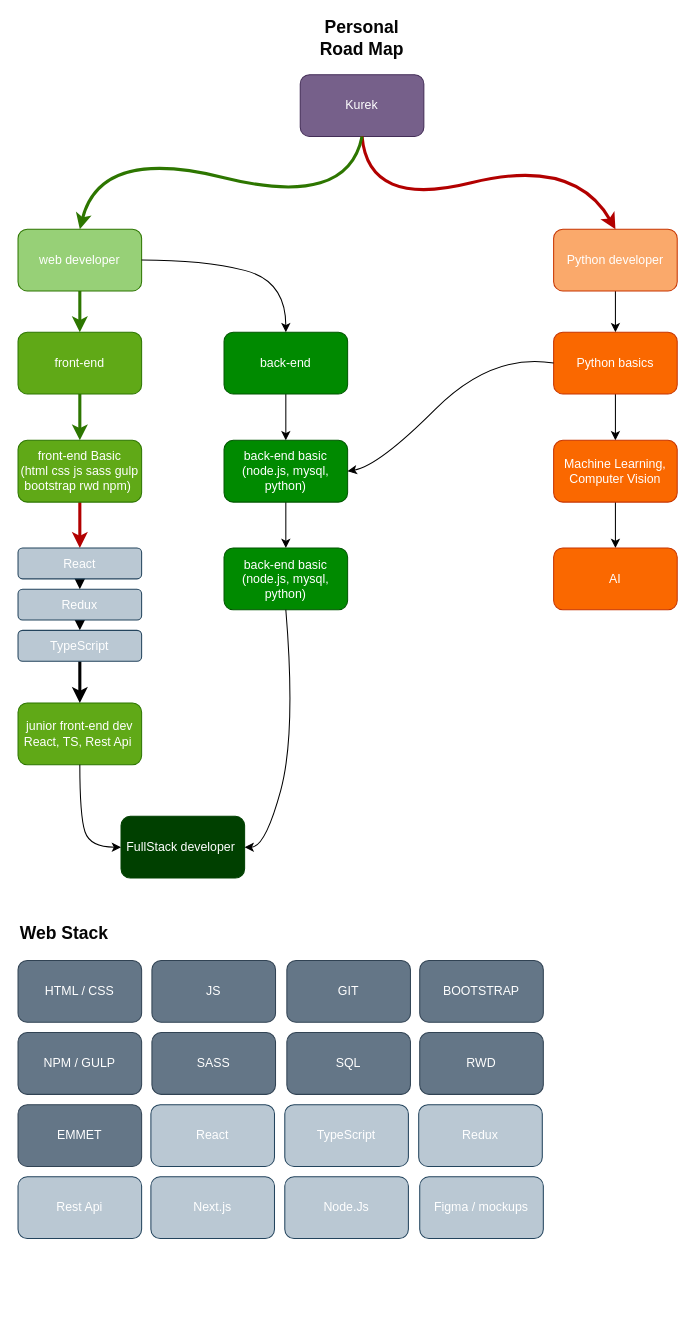
TheKureq/TheKureq keeps this draw.io diagram as Diagram bez tytułu.drawio. Above is the earlier version. Source tidied: cells renumbered, new cells numbered last; positions are measured from the earlier drawing's top-left corner, leaving out a move shared by most shapes. Both pictures are drawn from the tidied source at 103%, with x=0, y=0 at pixel (18, 23).
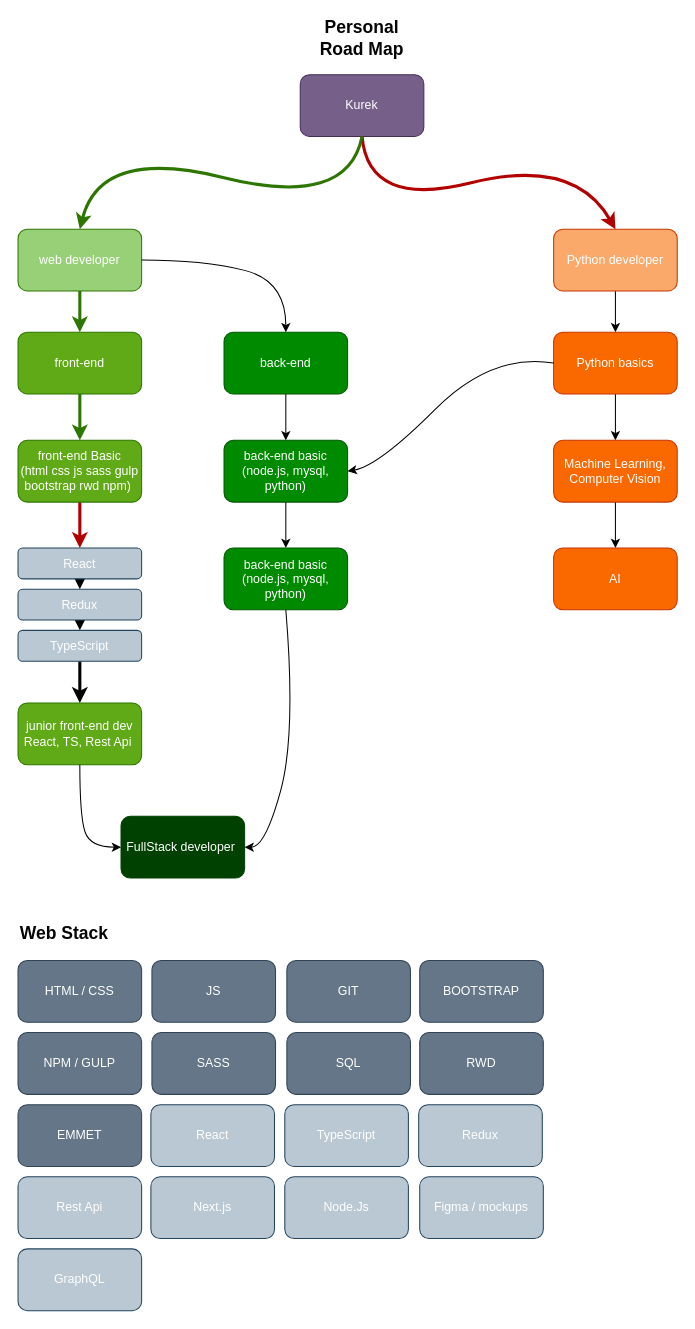
Above is the later version.

The edit, as a diff of the source:
```diff
@@
+    <mxCell id="53" value="GraphQL" style="rounded=1;whiteSpace=wrap;html=1;strokeColor=#23445d;fillColor=#bac8d3;fontColor=#FFFFFF;" parent="1" vertex="1">
+      <mxGeometry y="1190" width="120" height="60" as="geometry" />
+    </mxCell>
```
